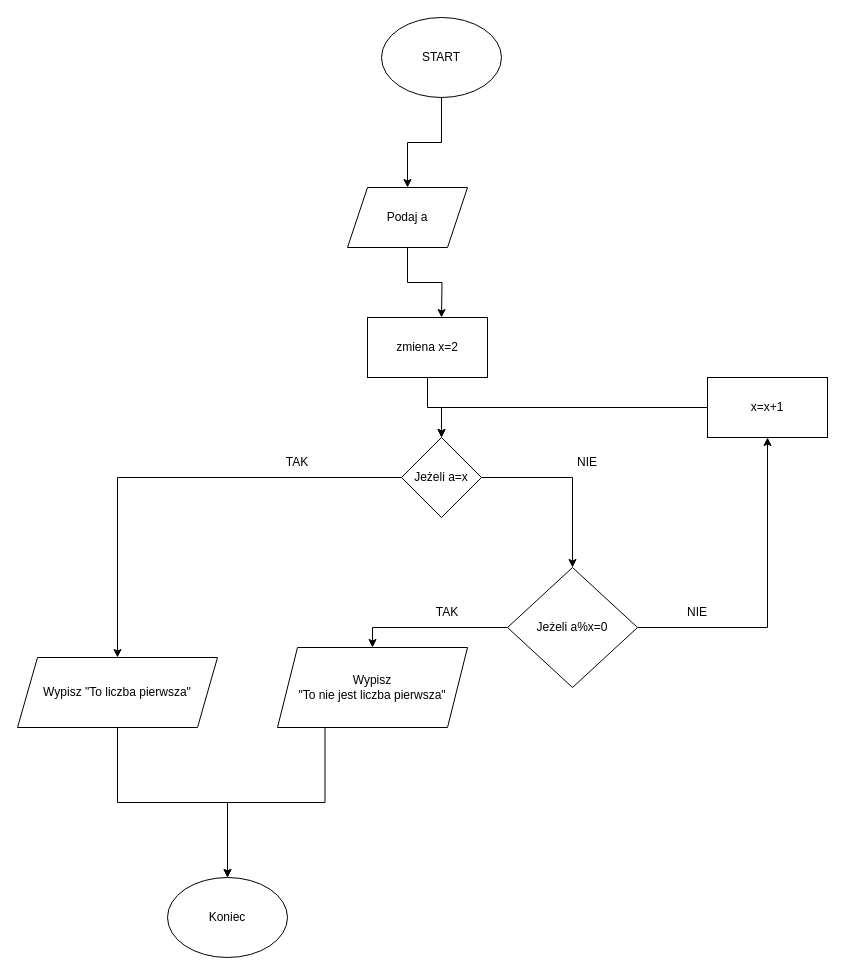
Before: Untitled Diagram.drawio in Bobero/hello-world, a draw.io diagram. Source tidied: cells renumbered, new cells numbered last; positions are measured from the earlier drawing's top-left corner, leaving out a move shared by most shapes. Both pictures are drawn from the tidied source at 100%, with x=0, y=0 at pixel (17, 17).
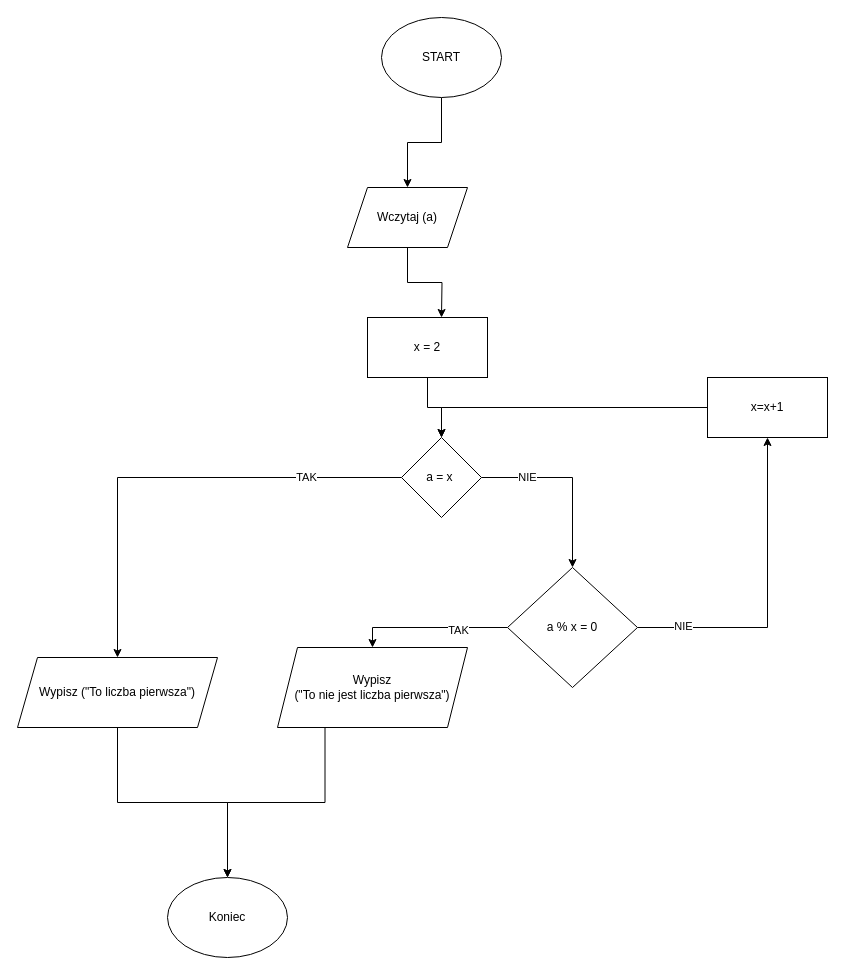
Above is the later version.

Unchanged cells that the change refers to:
```xml
<mxCell id="14" style="edgeStyle=orthogonalEdgeStyle;rounded=0;jettySize=auto;html=1;entryX=0.5;entryY=0;entryDx=0;entryDy=0;" parent="1" edge="1" source="16" target="20">
  <mxGeometry relative="1" as="geometry" />
</mxCell>
<mxCell id="15" style="edgeStyle=orthogonalEdgeStyle;rounded=0;jettySize=auto;html=1;entryX=0.5;entryY=1;entryDx=0;entryDy=0;" parent="1" edge="1" source="16" target="22">
  <mxGeometry relative="1" as="geometry" />
</mxCell>
```

Diff of the diagram source:
```diff
@@
-    <mxCell id="5" value="Podaj a&lt;br&gt;" style="shape=parallelogram;perimeter=parallelogramPerimeter;whiteSpace=wrap;html=1;fixedSize=1;" parent="1" vertex="1">
+    <mxCell id="5" value="Wczytaj (a)" style="shape=parallelogram;perimeter=parallelogramPerimeter;whiteSpace=wrap;html=1;fixedSize=1;" parent="1" vertex="1">
       <mxGeometry x="330" y="170" width="120" height="60" as="geometry" />
     </mxCell>
-    <mxCell id="6" style="edgeStyle=orthogonalEdgeStyle;rounded=0;jettySize=auto;html=1;entryX=0.5;entryY=0;entryDx=0;entryDy=0;" parent="1" edge="1" source="8" target="10">
-      <mxGeometry relative="1" as="geometry" />
+    <mxCell id="6" value="TAK" style="edgeStyle=orthogonalEdgeStyle;rounded=0;jettySize=auto;html=1;entryX=0.5;entryY=0;entryDx=0;entryDy=0;" parent="1" edge="1" source="8" target="10">
+      <mxGeometry x="-0.59" relative="1" as="geometry" />
     </mxCell>
-    <mxCell id="7" style="edgeStyle=orthogonalEdgeStyle;rounded=0;jettySize=auto;html=1;entryX=0.5;entryY=0;entryDx=0;entryDy=0;" parent="1" edge="1" source="8" target="16">
-      <mxGeometry relative="1" as="geometry" />
+    <mxCell id="7" value="NIE" style="edgeStyle=orthogonalEdgeStyle;rounded=0;jettySize=auto;html=1;entryX=0.5;entryY=0;entryDx=0;entryDy=0;" parent="1" edge="1" source="8" target="16">
+      <mxGeometry x="-0.49" relative="1" as="geometry" />
     </mxCell>
-    <mxCell id="8" value="Jeżeli a=x" style="rhombus;whiteSpace=wrap;html=1;" parent="1" vertex="1">
+    <mxCell id="8" value="a = x&amp;nbsp;" style="rhombus;whiteSpace=wrap;html=1;" parent="1" vertex="1">
       <mxGeometry x="384" y="420" width="80" height="80" as="geometry" />
     </mxCell>
@@
-    <mxCell id="10" value="Wypisz &quot;To liczba pierwsza&quot;" style="shape=parallelogram;perimeter=parallelogramPerimeter;whiteSpace=wrap;html=1;fixedSize=1;" parent="1" vertex="1">
+    <mxCell id="10" value="Wypisz (&quot;To liczba pierwsza&quot;)" style="shape=parallelogram;perimeter=parallelogramPerimeter;whiteSpace=wrap;html=1;fixedSize=1;" parent="1" vertex="1">
       <mxGeometry y="640" width="200" height="70" as="geometry" />
     </mxCell>
@@
-    <mxCell id="13" value="zmiena x=2" style="rounded=0;whiteSpace=wrap;html=1;" parent="1" vertex="1">
+    <mxCell id="13" value="x = 2" style="rounded=0;whiteSpace=wrap;html=1;" parent="1" vertex="1">
       <mxGeometry x="350" y="300" width="120" height="60" as="geometry" />
     </mxCell>
@@
+    <mxCell id="25" value="TAK" style="edgeLabel;html=1;align=center;verticalAlign=middle;" parent="14" vertex="1">
+      <mxGeometry x="-0.35" y="2" relative="1" as="geometry" />
+    </mxCell>
@@
+    <mxCell id="26" value="NIE" style="edgeLabel;html=1;align=center;verticalAlign=middle;" parent="15" vertex="1">
+      <mxGeometry x="-0.72" y="2" relative="1" as="geometry" />
+    </mxCell>
-    <mxCell id="16" value="Jeżeli a%x=0" style="rhombus;whiteSpace=wrap;html=1;" parent="1" vertex="1">
+    <mxCell id="16" value="a % x = 0" style="rhombus;whiteSpace=wrap;html=1;" parent="1" vertex="1">
       <mxGeometry x="490" y="550" width="130" height="120" as="geometry" />
     </mxCell>
-    <mxCell id="17" value="TAK&lt;br&gt;" style="text;html=1;strokeColor=none;fillColor=none;align=center;verticalAlign=middle;whiteSpace=wrap;rounded=0;" parent="1" vertex="1">
-      <mxGeometry x="250" y="430" width="60" height="30" as="geometry" />
-    </mxCell>
-    <mxCell id="18" value="NIE" style="text;html=1;strokeColor=none;fillColor=none;align=center;verticalAlign=middle;whiteSpace=wrap;rounded=0;" parent="1" vertex="1">
-      <mxGeometry x="540" y="430" width="60" height="30" as="geometry" />
-    </mxCell>
@@
-    <mxCell id="20" value="Wypisz &lt;br&gt;&quot;To nie jest liczba pierwsza&quot;" style="shape=parallelogram;perimeter=parallelogramPerimeter;whiteSpace=wrap;html=1;fixedSize=1;" parent="1" vertex="1">
+    <mxCell id="20" value="Wypisz &lt;br&gt;(&quot;To nie jest liczba pierwsza&quot;)" style="shape=parallelogram;perimeter=parallelogramPerimeter;whiteSpace=wrap;html=1;fixedSize=1;" parent="1" vertex="1">
       <mxGeometry x="260" y="630" width="190" height="80" as="geometry" />
     </mxCell>
@@
-    <mxCell id="23" value="TAK" style="text;html=1;strokeColor=none;fillColor=none;align=center;verticalAlign=middle;whiteSpace=wrap;rounded=0;" parent="1" vertex="1">
-      <mxGeometry x="400" y="580" width="60" height="30" as="geometry" />
-    </mxCell>
-    <mxCell id="24" value="NIE" style="text;html=1;strokeColor=none;fillColor=none;align=center;verticalAlign=middle;whiteSpace=wrap;rounded=0;" parent="1" vertex="1">
-      <mxGeometry x="650" y="580" width="60" height="30" as="geometry" />
-    </mxCell>
```
